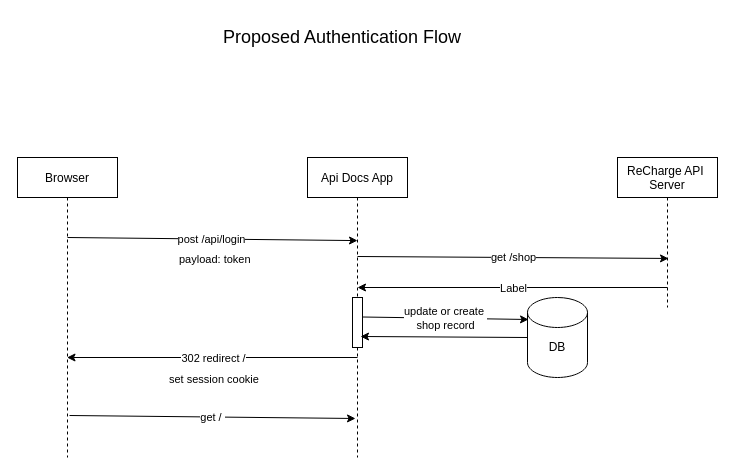
alexrsunrise/diagrams keeps this draw.io diagram as ReChargeApiDocs/Authentication Flow.drawio. Above is the earlier version. Source tidied: cells renumbered, new cells numbered last; positions are measured from the earlier drawing's top-left corner, leaving out a move shared by most shapes. Both pictures are drawn from the tidied source at 100%, with x=0, y=0 at pixel (17, 17).
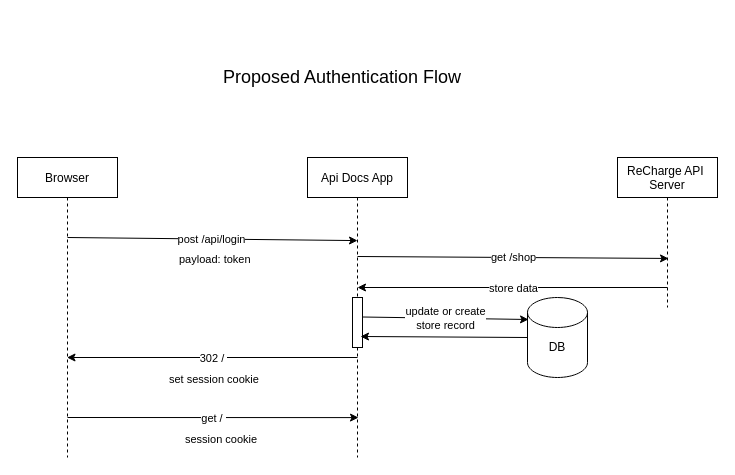
The same page after the edit.

Unchanged cells that the change refers to:
```xml
<mxCell id="2" value="Api Docs App" style="shape=umlLifeline;perimeter=lifelinePerimeter;rounded=0;shadow=0;strokeWidth=1;" parent="1" vertex="1">
  <mxGeometry x="290" y="140" width="100" height="300" as="geometry" />
</mxCell>
<mxCell id="5" value="Browser" style="shape=umlLifeline;perimeter=lifelinePerimeter;rounded=0;shadow=0;strokeWidth=1;" parent="1" vertex="1">
  <mxGeometry y="140" width="100" height="300" as="geometry" />
</mxCell>
<mxCell id="11" style="endArrow=classic;html=1;" parent="1" edge="1">
  <mxGeometry relative="1" as="geometry">
    <mxPoint x="650" y="270" as="sourcePoint" />
    <mxPoint x="340" y="270" as="targetPoint" />
  </mxGeometry>
</mxCell>
<mxCell id="14" style="endArrow=classic;html=1;" parent="1" edge="1" target="5">
  <mxGeometry relative="1" as="geometry">
    <mxPoint x="340" y="340" as="sourcePoint" />
  </mxGeometry>
</mxCell>
<mxCell id="21" style="endArrow=classic;html=1;entryX=0.017;entryY=0.275;entryDx=0;entryDy=0;entryPerimeter=0;" parent="1" edge="1" target="19">
  <mxGeometry relative="1" as="geometry">
    <mxPoint x="345" y="299.5" as="sourcePoint" />
  </mxGeometry>
</mxCell>
```

What changed in the source:
```diff
@@
     <mxCell id="4" value="&lt;font style=&quot;font-size: 18px&quot;&gt;Proposed Authentication Flow&lt;/font&gt;" style="text;html=1;strokeColor=none;fillColor=none;align=center;verticalAlign=middle;whiteSpace=wrap;rounded=0;" parent="1" vertex="1">
-      <mxGeometry x="140" width="370" height="40" as="geometry" />
+      <mxGeometry x="140" y="40" width="370" height="40" as="geometry" />
     </mxCell>
@@
+    <mxCell id="24" style="endArrow=classic;html=1;entryX=0.51;entryY=0.867;entryDx=0;entryDy=0;entryPerimeter=0;" parent="5" edge="1" target="2">
+      <mxGeometry relative="1" as="geometry">
+        <mxPoint x="50" y="260" as="sourcePoint" />
+      </mxGeometry>
+    </mxCell>
+    <mxCell id="18" value="get /&amp;nbsp;" style="edgeLabel;html=1;align=center;verticalAlign=middle;" parent="24" vertex="1">
+      <mxGeometry relative="1" as="geometry" />
+    </mxCell>
+    <mxCell id="25" value="session cookie" style="edgeLabel;html=1;align=left;verticalAlign=bottom;" parent="24" vertex="1">
+      <mxGeometry x="-1" relative="1" as="geometry">
+        <mxPoint x="116" y="30" as="offset" />
+      </mxGeometry>
+    </mxCell>
@@
-    <mxCell id="12" value="Label" style="edgeLabel;html=1;align=center;verticalAlign=middle;" parent="11" vertex="1">
+    <mxCell id="12" value="store data" style="edgeLabel;html=1;align=center;verticalAlign=middle;" parent="11" vertex="1">
       <mxGeometry relative="1" as="geometry" />
     </mxCell>
@@
-    <mxCell id="15" value="302 redirect /" style="edgeLabel;html=1;align=center;verticalAlign=middle;" parent="14" vertex="1">
+    <mxCell id="15" value="302 /&amp;nbsp;" style="edgeLabel;html=1;align=center;verticalAlign=middle;" parent="14" vertex="1">
       <mxGeometry relative="1" as="geometry" />
     </mxCell>
@@
-    <mxCell id="17" style="endArrow=classic;html=1;exitX=0.52;exitY=0.86;exitDx=0;exitDy=0;exitPerimeter=0;entryX=0.48;entryY=0.87;entryDx=0;entryDy=0;entryPerimeter=0;" parent="1" edge="1" source="5" target="2">
-      <mxGeometry relative="1" as="geometry" />
-    </mxCell>
-    <mxCell id="18" value="get /&amp;nbsp;" style="edgeLabel;html=1;align=center;verticalAlign=middle;" parent="17" vertex="1">
-      <mxGeometry relative="1" as="geometry" />
-    </mxCell>
@@
-    <mxCell id="22" value="update or create&amp;nbsp;&lt;br&gt;shop record" style="edgeLabel;html=1;align=center;verticalAlign=middle;" parent="21" vertex="1">
+    <mxCell id="22" value="update or create&lt;br&gt;store record" style="edgeLabel;html=1;align=center;verticalAlign=middle;" parent="21" vertex="1">
       <mxGeometry relative="1" as="geometry" />
     </mxCell>
```
